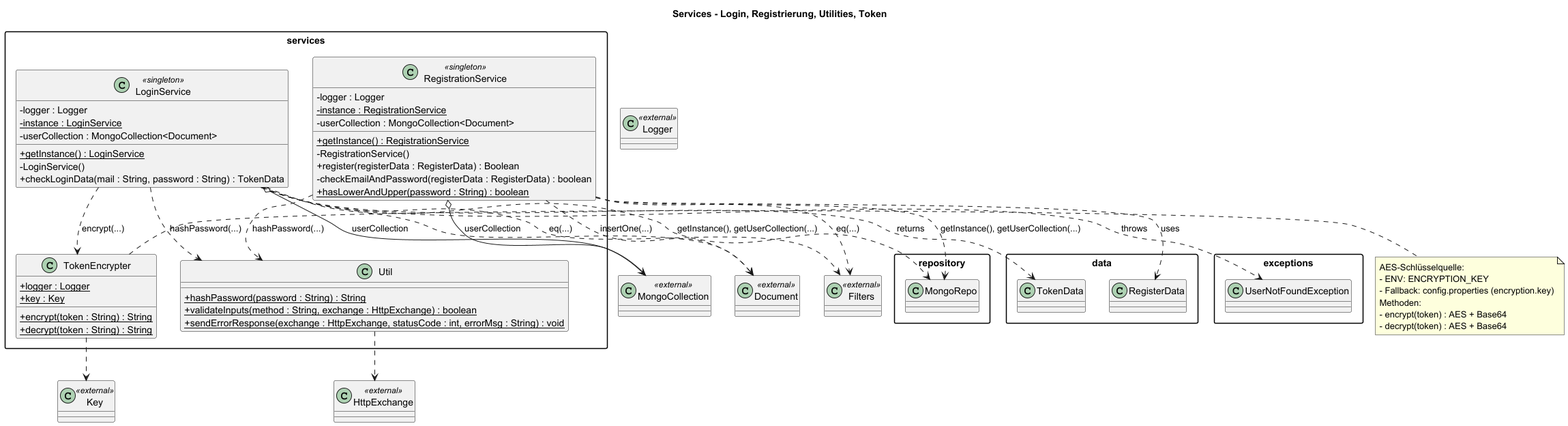
Princeps119/Princeps119-BFK_J3_Snake keeps this PlantUML diagram as backend/src/main/resources/documentation/diagrams/03_services-Services___Login__Registrierung__Utilities__Token.png. Above is the earlier version.
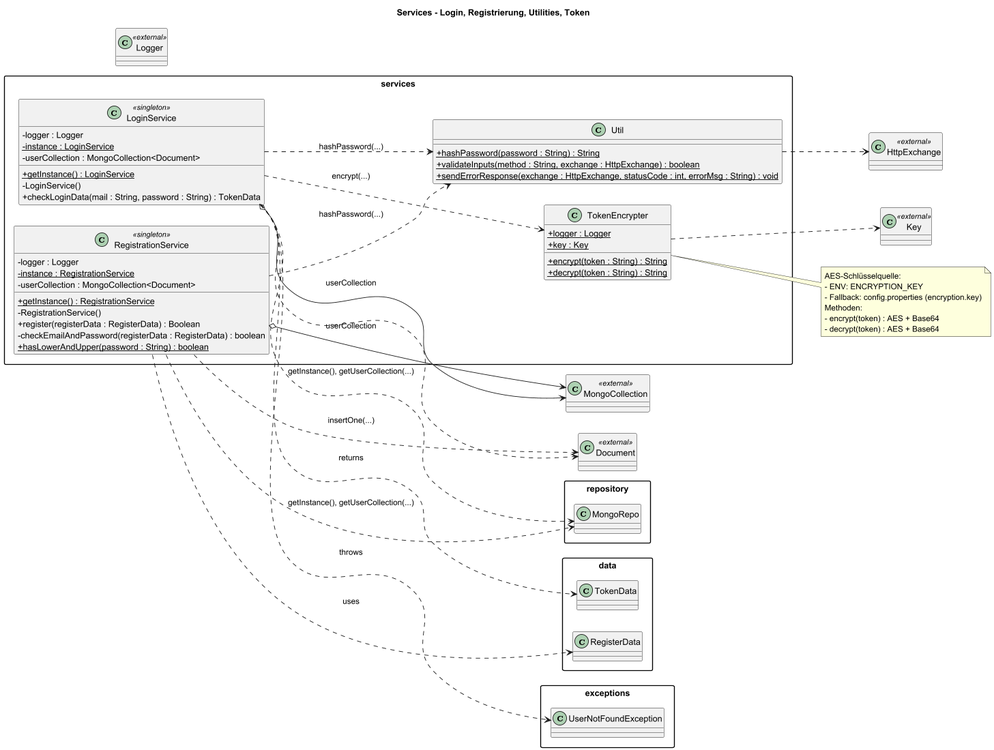
After the change.

Commit message:
Robin - uml diagramms

The edit, as a diff of the source:
```diff
@@ -1,6 +1,6 @@
 @startuml
 title Services - Login, Registrierung, Utilities, Token
-
+left to right direction
 skinparam classAttributeIconSize 0
 skinparam packageStyle rectangle
 
@@ -8,7 +8,6 @@
 class Key <<external>>
 class MongoCollection <<external>>
 class Document <<external>>
-class Filters <<external>>
 class Logger <<external>>
 
 package "services" {
@@ -49,7 +48,6 @@
 LoginService ..> repository.MongoRepo : getInstance(), getUserCollection(...)
 LoginService o--> MongoCollection : userCollection
 LoginService ..> Document
-LoginService ..> Filters : eq(...)
 LoginService ..> services.Util : hashPassword(...)
 LoginService ..> services.TokenEncrypter : encrypt(...)
 LoginService ..> data.TokenData : returns
@@ -58,7 +56,6 @@
 RegistrationService ..> repository.MongoRepo : getInstance(), getUserCollection(...)
 RegistrationService o--> MongoCollection : userCollection
 RegistrationService ..> Document : insertOne(...)
-RegistrationService ..> Filters : eq(...)
 RegistrationService ..> services.Util : hashPassword(...)
 RegistrationService ..> data.RegisterData : uses
 
```
